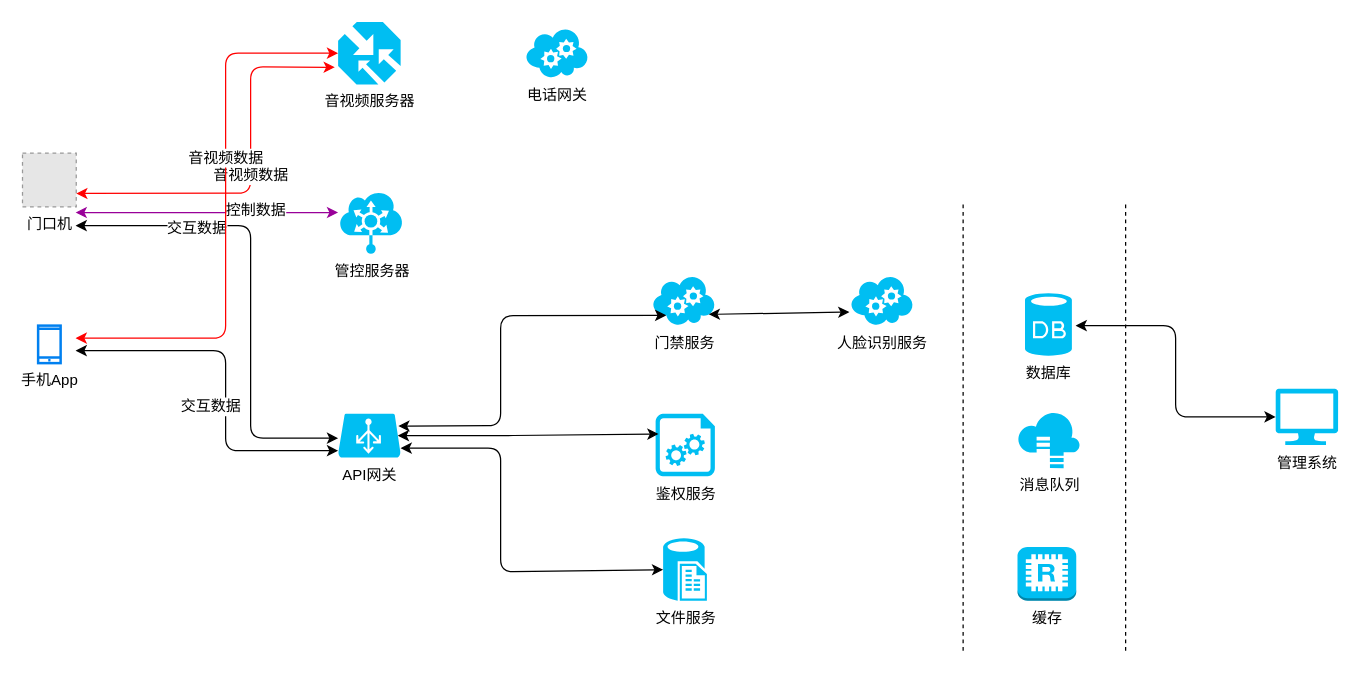
Before: page "Page-3" (3 of 3) of smartdoor.drawio in jeffmacn/myjava, a draw.io diagram. Source tidied: cells renumbered, new cells numbered last; positions are measured from the earlier drawing's top-left corner, leaving out a move shared by most shapes. Both pictures are drawn from the tidied source at 125%, with x=0, y=0 at pixel (22, 21). Pictures stored in the file or linked from it are replaced by grey dashed boxes.
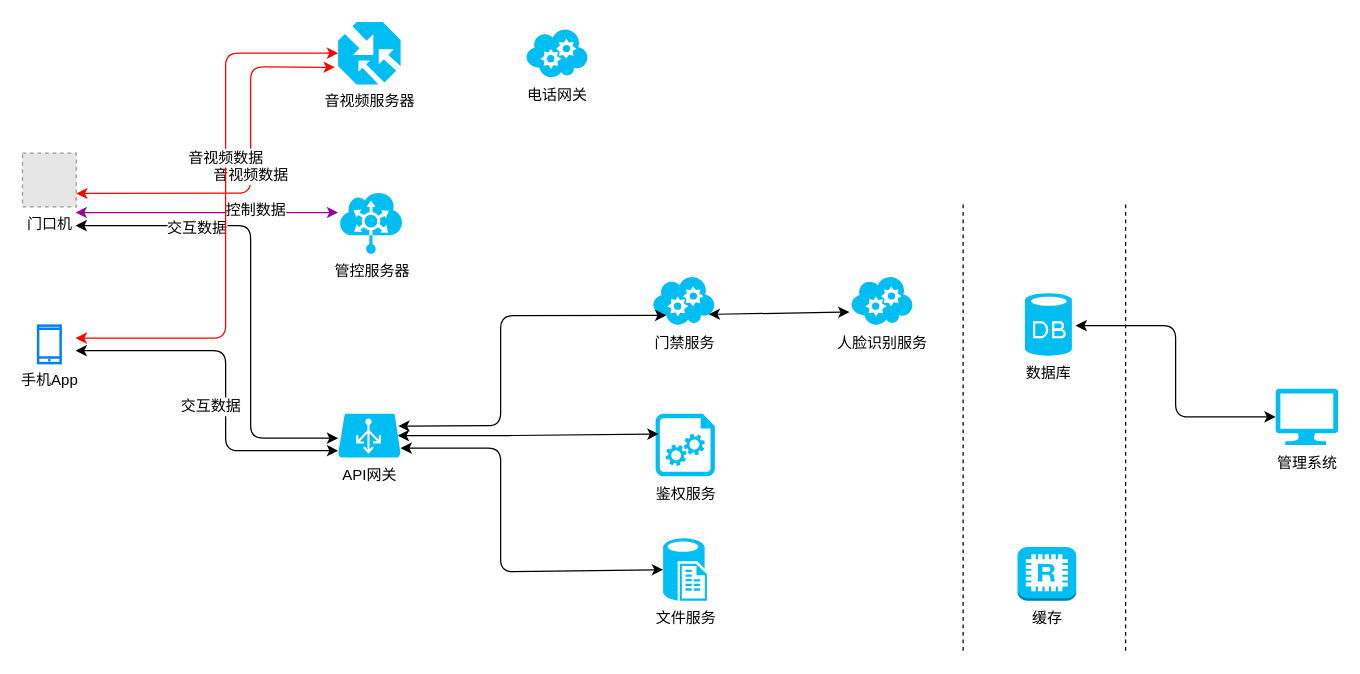
Above is the later version.

Diff of the diagram source:
```diff
@@
-    <mxCell id="17" value="消息队列" style="verticalLabelPosition=bottom;html=1;verticalAlign=top;align=center;strokeColor=none;fillColor=#00BEF2;shape=mxgraph.azure.storsimple;fontColor=#000000;fontSize=12;" parent="1" vertex="1">
-      <mxGeometry x="795.5" y="312" width="50" height="45" as="geometry" />
-    </mxCell>
```
